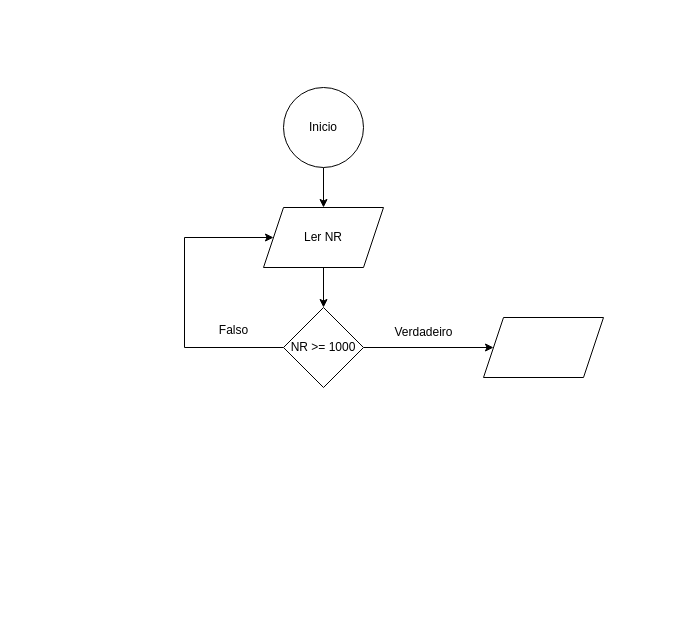
Mobojobil/Tom-s-guerreiro- keeps this draw.io diagram as Ex5.drawio. Above is the earlier version. Source tidied: cells renumbered, new cells numbered last; positions are measured from the earlier drawing's top-left corner, leaving out a move shared by most shapes. Both pictures are drawn from the tidied source at 100%, with x=0, y=0 at pixel (184, 87).
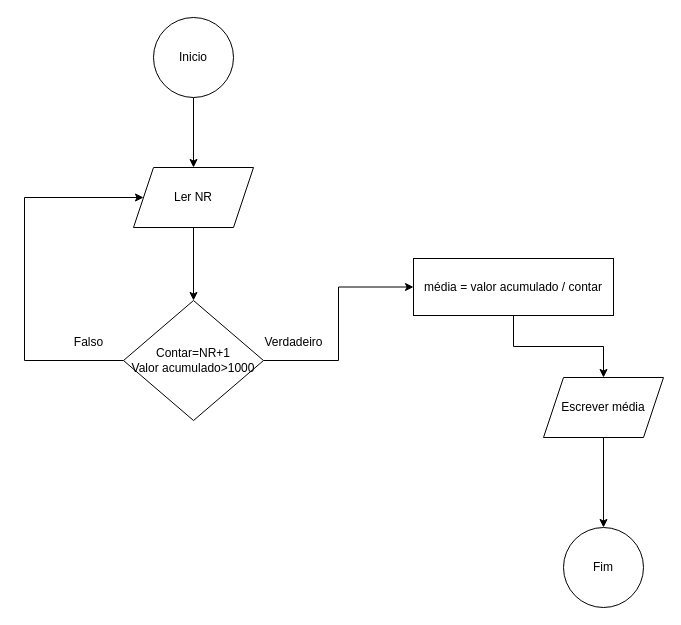
The same diagram, later.

What changed in the source:
```diff
@@
 <mxGraphModel>
   <root>
     <mxCell id="0" />
     <mxCell id="1" parent="0" />
     <mxCell id="2" style="edgeStyle=orthogonalEdgeStyle;rounded=0;jettySize=auto;html=1;" parent="1" edge="1" source="3" target="5">
       <mxGeometry relative="1" as="geometry" />
     </mxCell>
     <mxCell id="3" value="Inicio" style="ellipse;whiteSpace=wrap;html=1;" parent="1" vertex="1">
-      <mxGeometry x="99" width="80" height="80" as="geometry" />
+      <mxGeometry x="-31" y="-70" width="80" height="80" as="geometry" />
     </mxCell>
     <mxCell id="4" style="edgeStyle=orthogonalEdgeStyle;rounded=0;jettySize=auto;html=1;" parent="1" edge="1" source="5" target="8">
       <mxGeometry relative="1" as="geometry" />
     </mxCell>
     <mxCell id="5" value="Ler NR" style="shape=parallelogram;perimeter=parallelogramPerimeter;whiteSpace=wrap;html=1;fixedSize=1;" parent="1" vertex="1">
-      <mxGeometry x="79" y="120" width="120" height="60" as="geometry" />
+      <mxGeometry x="-51" y="80" width="120" height="60" as="geometry" />
     </mxCell>
-    <mxCell id="6" style="edgeStyle=orthogonalEdgeStyle;rounded=0;jettySize=auto;html=1;" parent="1" edge="1" source="8" target="11">
+    <mxCell id="6" style="edgeStyle=orthogonalEdgeStyle;rounded=0;jettySize=auto;html=1;" parent="1" edge="1" source="8" target="13">
       <mxGeometry relative="1" as="geometry" />
     </mxCell>
-    <mxCell id="7" style="edgeStyle=orthogonalEdgeStyle;rounded=0;jettySize=auto;html=1;entryX=0;entryY=0.5;entryDx=0;entryDy=0;" parent="1" edge="1" source="8" target="5">
+    <mxCell id="7" style="edgeStyle=orthogonalEdgeStyle;rounded=0;jettySize=auto;html=1;" parent="1" edge="1" source="8" target="5">
       <mxGeometry relative="1" as="geometry">
         <Array as="points">
-          <mxPoint y="260" />
-          <mxPoint y="150" />
+          <mxPoint x="-160" y="273" />
+          <mxPoint x="-160" y="110" />
         </Array>
       </mxGeometry>
     </mxCell>
-    <mxCell id="8" value="NR &amp;gt;= 1000" style="rhombus;whiteSpace=wrap;html=1;" parent="1" vertex="1">
-      <mxGeometry x="99" y="220" width="80" height="80" as="geometry" />
+    <mxCell id="8" value="Contar=NR+1&lt;div&gt;Valor acumulado&amp;gt;1000&lt;/div&gt;" style="rhombus;whiteSpace=wrap;html=1;" parent="1" vertex="1">
+      <mxGeometry x="-61" y="213" width="140" height="120" as="geometry" />
     </mxCell>
     <mxCell id="9" value="Verdadeiro" style="text;html=1;align=center;verticalAlign=middle;strokeColor=none;fillColor=none;" parent="1" vertex="1">
-      <mxGeometry x="199" y="230" width="80" height="30" as="geometry" />
+      <mxGeometry x="69" y="240" width="80" height="30" as="geometry" />
     </mxCell>
     <mxCell id="10" value="Falso" style="text;html=1;align=center;verticalAlign=middle;strokeColor=none;fillColor=none;" parent="1" vertex="1">
-      <mxGeometry x="24" y="228" width="50" height="30" as="geometry" />
+      <mxGeometry x="-121" y="240" width="50" height="30" as="geometry" />
     </mxCell>
-    <mxCell id="11" style="shape=parallelogram;perimeter=parallelogramPerimeter;whiteSpace=wrap;html=1;fixedSize=1;" parent="1" vertex="1">
-      <mxGeometry x="299" y="230" width="120" height="60" as="geometry" />
-    </mxCell>
+    <mxCell id="12" style="edgeStyle=orthogonalEdgeStyle;rounded=0;jettySize=auto;html=1;" parent="1" edge="1" source="13" target="16">
+      <mxGeometry relative="1" as="geometry" />
+    </mxCell>
+    <mxCell id="13" value="média = valor acumulado / contar" style="rounded=0;whiteSpace=wrap;html=1;" parent="1" vertex="1">
+      <mxGeometry x="229" y="171" width="200" height="57" as="geometry" />
+    </mxCell>
+    <mxCell id="14" value="Fim" style="ellipse;whiteSpace=wrap;html=1;" parent="1" vertex="1">
+      <mxGeometry x="379" y="440" width="80" height="80" as="geometry" />
+    </mxCell>
+    <mxCell id="15" style="edgeStyle=orthogonalEdgeStyle;rounded=0;jettySize=auto;html=1;" parent="1" edge="1" source="16" target="14">
+      <mxGeometry relative="1" as="geometry" />
+    </mxCell>
+    <mxCell id="16" value="Escrever&lt;span style=&quot;background-color: initial;&quot;&gt;&amp;nbsp;média&lt;/span&gt;" style="shape=parallelogram;perimeter=parallelogramPerimeter;whiteSpace=wrap;html=1;fixedSize=1;" parent="1" vertex="1">
+      <mxGeometry x="359" y="290" width="120" height="60" as="geometry" />
+    </mxCell>
   </root>
 </mxGraphModel>
```
